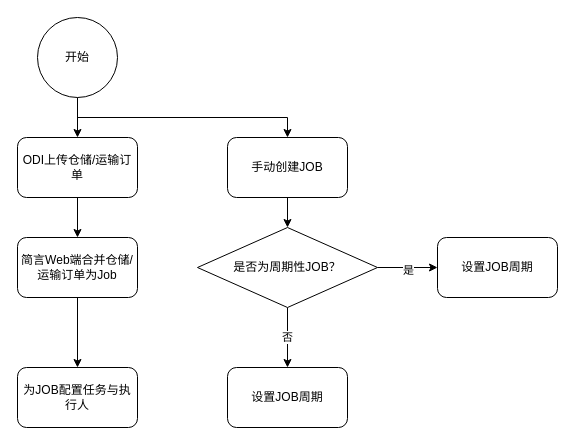
Before: 简言业务流程图.drawio in FrankKirin/PM_works, a draw.io diagram. Source tidied: cells renumbered, new cells numbered last; positions are measured from the earlier drawing's top-left corner, leaving out a move shared by most shapes. Both pictures are drawn from the tidied source at 100%, with x=0, y=0 at pixel (17, 17).
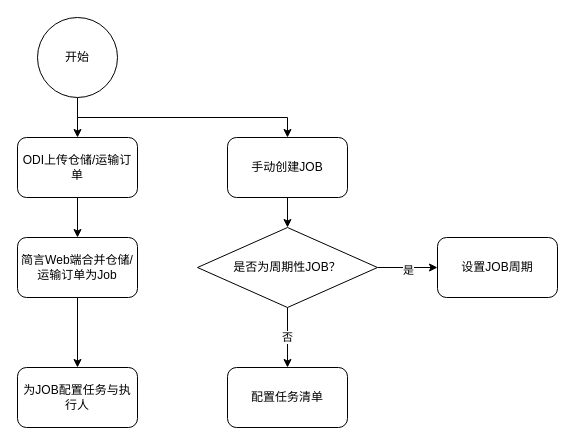
The same page after the edit.

Commit message:
Update 简言业务流程图.drawio

The edit, as a diff of the source:
```diff
@@
 <mxGraphModel>
   <root>
     <mxCell id="0" />
     <mxCell id="1" parent="0" />
     <mxCell id="2" style="edgeStyle=orthogonalEdgeStyle;rounded=0;jettySize=auto;html=1;exitX=0.5;exitY=1;exitDx=0;exitDy=0;entryX=0.5;entryY=0;entryDx=0;entryDy=0;" parent="1" edge="1" source="4" target="6">
       <mxGeometry relative="1" as="geometry" />
     </mxCell>
     <mxCell id="3" style="edgeStyle=orthogonalEdgeStyle;rounded=0;jettySize=auto;html=1;exitX=0.5;exitY=1;exitDx=0;exitDy=0;entryX=0.5;entryY=0;entryDx=0;entryDy=0;" parent="1" edge="1" source="4" target="11">
       <mxGeometry relative="1" as="geometry" />
     </mxCell>
     <mxCell id="4" value="开始" style="ellipse;whiteSpace=wrap;html=1;" parent="1" vertex="1">
       <mxGeometry x="20" width="80" height="80" as="geometry" />
     </mxCell>
     <mxCell id="5" style="edgeStyle=orthogonalEdgeStyle;rounded=0;jettySize=auto;html=1;exitX=0.5;exitY=1;exitDx=0;exitDy=0;entryX=0.5;entryY=0;entryDx=0;entryDy=0;" parent="1" edge="1" source="6" target="8">
       <mxGeometry relative="1" as="geometry" />
     </mxCell>
     <mxCell id="6" value="ODI上传仓储/运输订单" style="rounded=1;whiteSpace=wrap;html=1;" parent="1" vertex="1">
       <mxGeometry y="120" width="120" height="60" as="geometry" />
     </mxCell>
     <mxCell id="7" style="edgeStyle=orthogonalEdgeStyle;rounded=0;jettySize=auto;html=1;exitX=0.5;exitY=1;exitDx=0;exitDy=0;entryX=0.5;entryY=0;entryDx=0;entryDy=0;" parent="1" edge="1" source="8" target="9">
       <mxGeometry relative="1" as="geometry" />
     </mxCell>
     <mxCell id="8" value="简言Web端合并仓储/运输订单为Job" style="rounded=1;whiteSpace=wrap;html=1;" parent="1" vertex="1">
       <mxGeometry y="220" width="120" height="60" as="geometry" />
     </mxCell>
     <mxCell id="9" value="为JOB配置任务与执行人" style="rounded=1;whiteSpace=wrap;html=1;" parent="1" vertex="1">
       <mxGeometry y="350" width="120" height="60" as="geometry" />
     </mxCell>
     <mxCell id="10" style="edgeStyle=orthogonalEdgeStyle;rounded=0;jettySize=auto;html=1;exitX=0.5;exitY=1;exitDx=0;exitDy=0;entryX=0.5;entryY=0;entryDx=0;entryDy=0;" parent="1" edge="1" source="11" target="15">
       <mxGeometry relative="1" as="geometry" />
     </mxCell>
     <mxCell id="11" value="手动创建JOB" style="rounded=1;whiteSpace=wrap;html=1;" parent="1" vertex="1">
       <mxGeometry x="210" y="120" width="120" height="60" as="geometry" />
     </mxCell>
     <mxCell id="12" style="edgeStyle=orthogonalEdgeStyle;rounded=0;jettySize=auto;html=1;exitX=1;exitY=0.5;exitDx=0;exitDy=0;entryX=0;entryY=0.5;entryDx=0;entryDy=0;" parent="1" edge="1" source="15" target="16">
       <mxGeometry relative="1" as="geometry" />
     </mxCell>
     <mxCell id="13" value="是" style="edgeLabel;html=1;align=center;verticalAlign=middle;" parent="12" vertex="1">
       <mxGeometry x="-0.01" y="-2" relative="1" as="geometry" />
     </mxCell>
     <mxCell id="14" value="否" style="edgeStyle=orthogonalEdgeStyle;rounded=0;jettySize=auto;html=1;exitX=0.5;exitY=1;exitDx=0;exitDy=0;" parent="1" edge="1" source="15" target="17">
       <mxGeometry relative="1" as="geometry" />
     </mxCell>
     <mxCell id="15" value="是否为周期性JOB？" style="rhombus;whiteSpace=wrap;html=1;" parent="1" vertex="1">
       <mxGeometry x="180" y="210" width="180" height="80" as="geometry" />
     </mxCell>
     <mxCell id="16" value="设置JOB周期" style="rounded=1;whiteSpace=wrap;html=1;" parent="1" vertex="1">
       <mxGeometry x="420" y="220" width="120" height="60" as="geometry" />
     </mxCell>
-    <mxCell id="17" value="设置JOB周期" style="rounded=1;whiteSpace=wrap;html=1;" parent="1" vertex="1">
+    <mxCell id="17" value="配置任务清单" style="rounded=1;whiteSpace=wrap;html=1;" parent="1" vertex="1">
       <mxGeometry x="210" y="350" width="120" height="60" as="geometry" />
     </mxCell>
   </root>
 </mxGraphModel>
```
